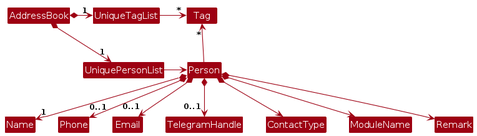
The PlantUML diagram diagrams/BetterModelClassDiagram.png in AY2425S1-CS2103T-W12-3/tp, before a commit. Its source is kept beside it as diagrams/BetterModelClassDiagram.puml.
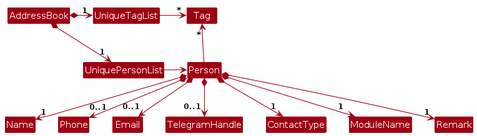
The same file after the commit.

What changed in the source:
```diff
@@ -18,7 +18,7 @@
 Person *--> "0..1" Phone
 Person *--> "0..1" Email
 Person *--> "0..1" TelegramHandle
-Person *--> ContactType
-Person *--> ModuleName
-Person *--> Remark
+Person *--> "1" ContactType
+Person *--> "1" ModuleName
+Person *--> "1" Remark
 @enduml
```
